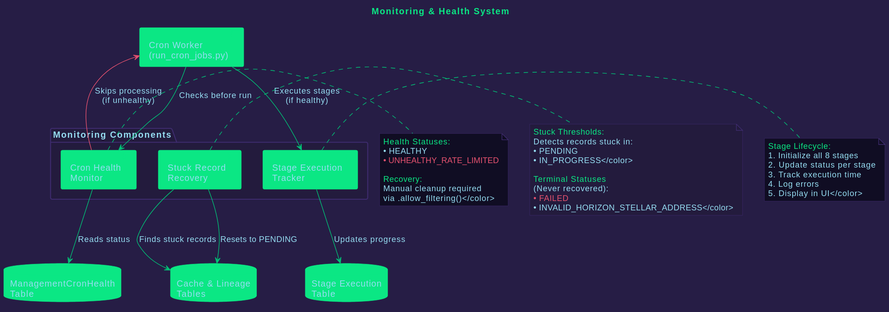
This is diagrams/05_monitoring_system.svg from areveur51/StellarMapWeb, a PlantUML export, as it was before one commit.
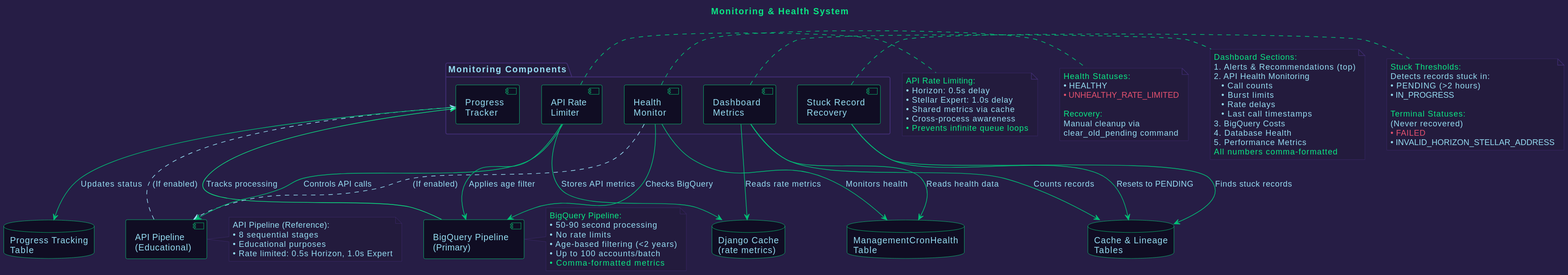
After the change.

What changed in the source:
```diff
@@ -10,7 +10,7 @@
 }
 
 skinparam database {
-  BackgroundColor #032314
+  BackgroundColor #100D23
   BorderColor #0BE784
   FontColor #96DDF2
 }
@@ -22,64 +22,107 @@
 }
 
 skinparam note {
-  BackgroundColor #100D23
+  BackgroundColor #231B3D
   BorderColor #3f2c70
   FontColor #96DDF2
 }
 
-title <color:#0BE784>Monitoring & Health System</color>
+title <color:#0BE784>Monitoring & Health System
 
 package "Monitoring Components" #231B3D {
-  component "Cron Health\nMonitor" as CronHealth #0BE784
-  component "Stuck Record\nRecovery" as Recovery #0BE784
-  component "Stage Execution\nTracker" as StageTracker #0BE784
+  component "Health\nMonitor" as HealthMonitor
+  component "Stuck Record\nRecovery" as Recovery
+  component "Progress\nTracker" as ProgressTracker
+  component "API Rate\nLimiter" as RateLimiter
+  component "Dashboard\nMetrics" as Dashboard
 }
 
-component "Cron Worker\n(run_cron_jobs.py)" as CronWorker #0BE784
+component "BigQuery Pipeline\n(Primary)" as BQPipeline
+component "API Pipeline\n(Educational)" as APIPipeline
 
-database "ManagementCronHealth\nTable" as HealthDB #0BE784
-database "Stage Execution\nTable" as StageDB #0BE784
-database "Cache & Lineage\nTables" as DataDB #0BE784
+database "ManagementCronHealth\nTable" as HealthDB
+database "Progress Tracking\nTable" as ProgressDB
+database "Cache & Lineage\nTables" as DataDB
+database "Django Cache\n(rate metrics)" as CacheDB
 
-CronWorker -[#01C176]-> CronHealth : "Checks before run"
-CronHealth -[#01C176]-> HealthDB : "Reads status"
+BQPipeline -[#0BE784]-> ProgressTracker : "Tracks processing"
+APIPipeline -[#96DDF2,dashed]-> ProgressTracker : "(If enabled)"
 
-CronWorker -[#01C176]-> StageTracker : "Executes stages\n(if healthy)"
-StageTracker -[#01C176]-> StageDB : "Updates progress"
+ProgressTracker -[#01C176]-> ProgressDB : "Updates status"
 
-CronHealth -[#E5526F]-> CronWorker : "Skips processing\n(if unhealthy)"
+HealthMonitor -[#01C176]-> HealthDB : "Monitors health"
+HealthMonitor -[#01C176]-> BQPipeline : "Checks BigQuery"
+HealthMonitor -[#96DDF2,dashed]-> APIPipeline : "(If enabled)"
 
 Recovery -[#01C176]-> DataDB : "Finds stuck records"
 Recovery -[#01C176]-> DataDB : "Resets to PENDING"
 
-note right of CronHealth #100D23
-  <color:#0BE784>Health Statuses:</color>
-  <color:#96DDF2>• HEALTHY</color>
-  <color:#E5526F>• UNHEALTHY_RATE_LIMITED</color>
+RateLimiter -[#01C176]-> CacheDB : "Stores API metrics"
+RateLimiter -[#01C176]-> APIPipeline : "Controls API calls"
+RateLimiter -[#01C176]-> BQPipeline : "Applies age filter"
 
-  <color:#0BE784>Recovery:</color>
-  <color:#96DDF2>Manual cleanup required
-  via .allow_filtering()</color>
+Dashboard -[#01C176]-> HealthDB : "Reads health data"
+Dashboard -[#01C176]-> CacheDB : "Reads rate metrics"
+Dashboard -[#01C176]-> DataDB : "Counts records"
+
+note right of BQPipeline #231B3D
+  <color:#0BE784>BigQuery Pipeline:
+  <color:#96DDF2>• 50-90 second processing
+  <color:#96DDF2>• No rate limits
+  <color:#96DDF2>• Age-based filtering (<2 years)
+  <color:#96DDF2>• Up to 100 accounts/batch
+  <color:#0BE784>• Comma-formatted metrics
+end note
+
+note right of APIPipeline #231B3D
+  <color:#96DDF2>API Pipeline (Reference):
+  <color:#96DDF2>• 8 sequential stages
+  <color:#96DDF2>• Educational purposes
+  <color:#96DDF2>• Rate limited: 0.5s Horizon, 1.0s Expert
+end note
+
+note right of HealthMonitor #231B3D
+  <color:#0BE784>Health Statuses:
+  <color:#96DDF2>• HEALTHY
+  <color:#E5526F>• UNHEALTHY_RATE_LIMITED
+
+  <color:#0BE784>Recovery:
+  <color:#96DDF2>Manual cleanup via
+  clear_old_pending command
 end note
 
 note right of Recovery #231B3D
-  <color:#0BE784>Stuck Thresholds:</color>
+  <color:#0BE784>Stuck Thresholds:
   <color:#96DDF2>Detects records stuck in:
-  • PENDING
-  • IN_PROGRESS</color>
+  • PENDING (>2 hours)
+  • IN_PROGRESS
 
-  <color:#0BE784>Terminal Statuses</color>
-  <color:#96DDF2>(Never recovered):</color>
+  <color:#0BE784>Terminal Statuses:
+  <color:#96DDF2>(Never recovered)
   <color:#E5526F>• FAILED
-  • INVALID_HORIZON_STELLAR_ADDRESS</color>
+  • INVALID_HORIZON_STELLAR_ADDRESS
 end note
 
-note right of StageTracker #100D23
-  <color:#0BE784>Stage Lifecycle:</color>
-  <color:#96DDF2>1. Initialize all 8 stages
-  2. Update status per stage
-  3. Track execution time
-  4. Log errors
-  5. Display in UI</color>
+note right of RateLimiter #231B3D
+  <color:#0BE784>API Rate Limiting:
+  <color:#96DDF2>• Horizon: 0.5s delay
+  <color:#96DDF2>• Stellar Expert: 1.0s delay
+  <color:#96DDF2>• Shared metrics via cache
+  <color:#96DDF2>• Cross-process awareness
+  <color:#0BE784>• Prevents infinite queue loops
+end note
+
+note right of Dashboard #231B3D
+  <color:#0BE784>Dashboard Sections:
+  <color:#96DDF2>1. Alerts & Recommendations (top)
+  <color:#96DDF2>2. API Health Monitoring
+  <color:#96DDF2>   • Call counts
+  <color:#96DDF2>   • Burst limits
+  <color:#96DDF2>   • Rate delays
+  <color:#96DDF2>   • Last call timestamps
+  <color:#96DDF2>3. BigQuery Costs
+  <color:#96DDF2>4. Database Health
+  <color:#96DDF2>5. Performance Metrics
+  <color:#0BE784>All numbers comma-formatted
 end note
 @enduml
```
